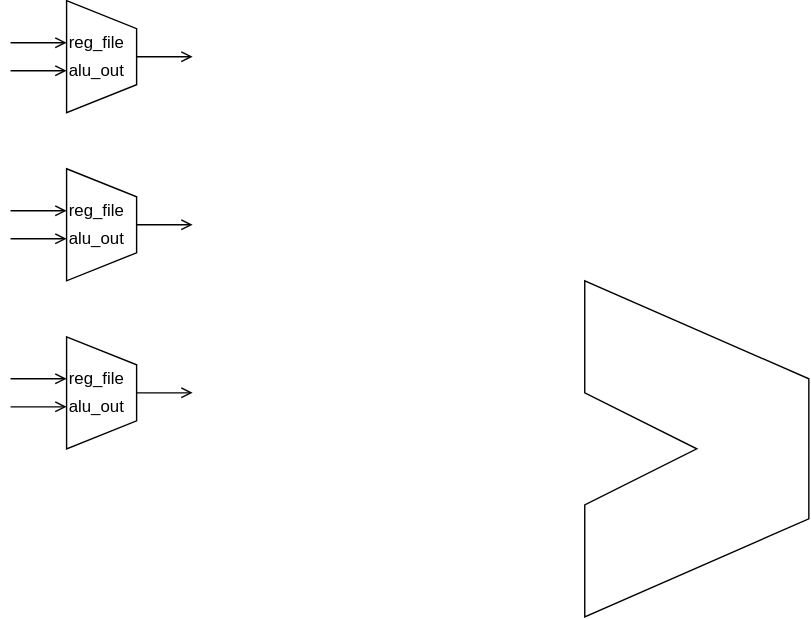
Before: docs/fig/risc-v modified architecture.svg, a diagram exported from draw.io (squared-studio/common). Source tidied: cells renumbered, new cells last; positions are measured from the earlier drawing's top-left corner, leaving out a move shared by most shapes. The source it was exported from:
```xml
<mxGraphModel>
  <root>
    <mxCell id="0" />
    <mxCell id="1" parent="0" />
    <mxCell id="2" style="group;" parent="1" vertex="1">
      <mxGeometry y="240" width="130" height="80" as="geometry" />
    </mxCell>
    <mxCell id="3" style="shape=trapezoid;perimeter=trapezoidPerimeter;whiteSpace=wrap;html=1;fixedSize=1;direction=south;size=20;" parent="2" vertex="1">
      <mxGeometry x="40" width="50" height="80" as="geometry" />
    </mxCell>
    <mxCell id="4" value="reg_file" style="whiteSpace=wrap;html=1;align=left;fillColor=none;strokeColor=none;" parent="2" vertex="1">
      <mxGeometry x="40" y="20" width="10" height="20" as="geometry" />
    </mxCell>
    <mxCell id="5" value="alu_out" style="whiteSpace=wrap;html=1;align=left;fillColor=none;strokeColor=none;" parent="2" vertex="1">
      <mxGeometry x="40" y="40" width="10" height="20" as="geometry" />
    </mxCell>
    <mxCell id="6" style="endArrow=open;html=1;rounded=0;exitX=0.5;exitY=0;exitDx=0;exitDy=0;endFill=0;" parent="2" edge="1" source="3">
      <mxGeometry relative="1" as="geometry">
        <mxPoint x="130" y="40" as="targetPoint" />
      </mxGeometry>
    </mxCell>
    <mxCell id="7" style="endArrow=open;html=1;rounded=0;exitX=0.5;exitY=0;exitDx=0;exitDy=0;endFill=0;" parent="2" edge="1">
      <mxGeometry relative="1" as="geometry">
        <mxPoint y="50" as="sourcePoint" />
        <mxPoint x="40" y="50" as="targetPoint" />
      </mxGeometry>
    </mxCell>
    <mxCell id="8" style="endArrow=open;html=1;rounded=0;exitX=0.5;exitY=0;exitDx=0;exitDy=0;endFill=0;" parent="2" edge="1">
      <mxGeometry relative="1" as="geometry">
        <mxPoint y="30" as="sourcePoint" />
        <mxPoint x="40" y="30" as="targetPoint" />
      </mxGeometry>
    </mxCell>
    <mxCell id="9" style="group;" parent="1" vertex="1">
      <mxGeometry y="120" width="130" height="80" as="geometry" />
    </mxCell>
    <mxCell id="10" style="shape=trapezoid;perimeter=trapezoidPerimeter;whiteSpace=wrap;html=1;fixedSize=1;direction=south;size=20;" parent="9" vertex="1">
      <mxGeometry x="40" width="50" height="80" as="geometry" />
    </mxCell>
    <mxCell id="11" value="reg_file" style="whiteSpace=wrap;html=1;align=left;fillColor=none;strokeColor=none;" parent="9" vertex="1">
      <mxGeometry x="40" y="20" width="10" height="20" as="geometry" />
    </mxCell>
    <mxCell id="12" value="alu_out" style="whiteSpace=wrap;html=1;align=left;fillColor=none;strokeColor=none;" parent="9" vertex="1">
      <mxGeometry x="40" y="40" width="10" height="20" as="geometry" />
    </mxCell>
    <mxCell id="13" style="endArrow=open;html=1;rounded=0;exitX=0.5;exitY=0;exitDx=0;exitDy=0;endFill=0;" parent="9" edge="1" source="10">
      <mxGeometry relative="1" as="geometry">
        <mxPoint x="130" y="40" as="targetPoint" />
      </mxGeometry>
    </mxCell>
    <mxCell id="14" style="endArrow=open;html=1;rounded=0;exitX=0.5;exitY=0;exitDx=0;exitDy=0;endFill=0;" parent="9" edge="1">
      <mxGeometry relative="1" as="geometry">
        <mxPoint y="50" as="sourcePoint" />
        <mxPoint x="40" y="50" as="targetPoint" />
      </mxGeometry>
    </mxCell>
    <mxCell id="15" style="endArrow=open;html=1;rounded=0;exitX=0.5;exitY=0;exitDx=0;exitDy=0;endFill=0;" parent="9" edge="1">
      <mxGeometry relative="1" as="geometry">
        <mxPoint y="30" as="sourcePoint" />
        <mxPoint x="40" y="30" as="targetPoint" />
      </mxGeometry>
    </mxCell>
    <mxCell id="16" style="group;" parent="1" vertex="1">
      <mxGeometry width="130" height="80" as="geometry" />
    </mxCell>
    <mxCell id="17" style="shape=trapezoid;perimeter=trapezoidPerimeter;whiteSpace=wrap;html=1;fixedSize=1;direction=south;size=20;" parent="16" vertex="1">
      <mxGeometry x="40" width="50" height="80" as="geometry" />
    </mxCell>
    <mxCell id="18" value="reg_file" style="whiteSpace=wrap;html=1;align=left;fillColor=none;strokeColor=none;" parent="16" vertex="1">
      <mxGeometry x="40" y="20" width="10" height="20" as="geometry" />
    </mxCell>
    <mxCell id="19" value="alu_out" style="whiteSpace=wrap;html=1;align=left;fillColor=none;strokeColor=none;" parent="16" vertex="1">
      <mxGeometry x="40" y="40" width="10" height="20" as="geometry" />
    </mxCell>
    <mxCell id="20" style="endArrow=open;html=1;rounded=0;exitX=0.5;exitY=0;exitDx=0;exitDy=0;endFill=0;" parent="16" edge="1" source="17">
      <mxGeometry relative="1" as="geometry">
        <mxPoint x="130" y="40" as="targetPoint" />
      </mxGeometry>
    </mxCell>
    <mxCell id="21" style="endArrow=open;html=1;rounded=0;exitX=0.5;exitY=0;exitDx=0;exitDy=0;endFill=0;" parent="16" edge="1">
      <mxGeometry relative="1" as="geometry">
        <mxPoint y="50" as="sourcePoint" />
        <mxPoint x="40" y="50" as="targetPoint" />
      </mxGeometry>
    </mxCell>
    <mxCell id="22" style="endArrow=open;html=1;rounded=0;exitX=0.5;exitY=0;exitDx=0;exitDy=0;endFill=0;" parent="16" edge="1">
      <mxGeometry relative="1" as="geometry">
        <mxPoint y="30" as="sourcePoint" />
        <mxPoint x="40" y="30" as="targetPoint" />
      </mxGeometry>
    </mxCell>
    <mxCell id="23" style="endArrow=none;html=1;rounded=0;" parent="1" edge="1">
      <mxGeometry relative="1" as="geometry">
        <mxPoint x="570" y="320" as="sourcePoint" />
        <mxPoint x="570" y="320" as="targetPoint" />
        <Array as="points">
          <mxPoint x="570" y="270" />
          <mxPoint x="410" y="200" />
          <mxPoint x="410" y="280" />
          <mxPoint x="490" y="320" />
          <mxPoint x="410" y="360" />
          <mxPoint x="410" y="440" />
          <mxPoint x="570" y="370" />
        </Array>
      </mxGeometry>
    </mxCell>
  </root>
</mxGraphModel>
```
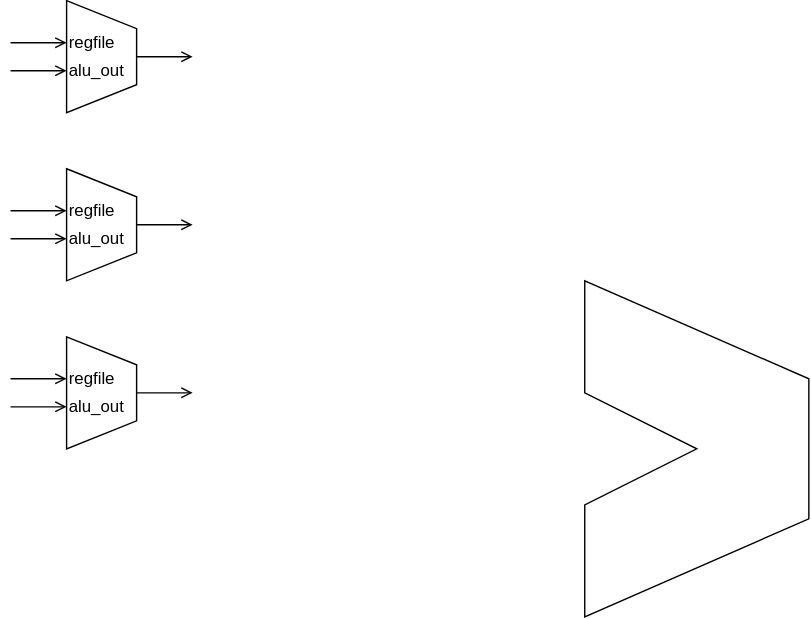
After the change.

Diff of the diagram source:
```diff
@@ -8,7 +8,7 @@
     <mxCell id="3" style="shape=trapezoid;perimeter=trapezoidPerimeter;whiteSpace=wrap;html=1;fixedSize=1;direction=south;size=20;" parent="2" vertex="1">
       <mxGeometry x="40" width="50" height="80" as="geometry" />
     </mxCell>
-    <mxCell id="4" value="reg_file" style="whiteSpace=wrap;html=1;align=left;fillColor=none;strokeColor=none;" parent="2" vertex="1">
+    <mxCell id="4" value="regfile" style="whiteSpace=wrap;html=1;align=left;fillColor=none;strokeColor=none;" parent="2" vertex="1">
       <mxGeometry x="40" y="20" width="10" height="20" as="geometry" />
     </mxCell>
     <mxCell id="5" value="alu_out" style="whiteSpace=wrap;html=1;align=left;fillColor=none;strokeColor=none;" parent="2" vertex="1">
@@ -37,7 +37,7 @@
     <mxCell id="10" style="shape=trapezoid;perimeter=trapezoidPerimeter;whiteSpace=wrap;html=1;fixedSize=1;direction=south;size=20;" parent="9" vertex="1">
       <mxGeometry x="40" width="50" height="80" as="geometry" />
     </mxCell>
-    <mxCell id="11" value="reg_file" style="whiteSpace=wrap;html=1;align=left;fillColor=none;strokeColor=none;" parent="9" vertex="1">
+    <mxCell id="11" value="regfile" style="whiteSpace=wrap;html=1;align=left;fillColor=none;strokeColor=none;" parent="9" vertex="1">
       <mxGeometry x="40" y="20" width="10" height="20" as="geometry" />
     </mxCell>
     <mxCell id="12" value="alu_out" style="whiteSpace=wrap;html=1;align=left;fillColor=none;strokeColor=none;" parent="9" vertex="1">
@@ -66,7 +66,7 @@
     <mxCell id="17" style="shape=trapezoid;perimeter=trapezoidPerimeter;whiteSpace=wrap;html=1;fixedSize=1;direction=south;size=20;" parent="16" vertex="1">
       <mxGeometry x="40" width="50" height="80" as="geometry" />
     </mxCell>
-    <mxCell id="18" value="reg_file" style="whiteSpace=wrap;html=1;align=left;fillColor=none;strokeColor=none;" parent="16" vertex="1">
+    <mxCell id="18" value="regfile" style="whiteSpace=wrap;html=1;align=left;fillColor=none;strokeColor=none;" parent="16" vertex="1">
       <mxGeometry x="40" y="20" width="10" height="20" as="geometry" />
     </mxCell>
     <mxCell id="19" value="alu_out" style="whiteSpace=wrap;html=1;align=left;fillColor=none;strokeColor=none;" parent="16" vertex="1">
```
